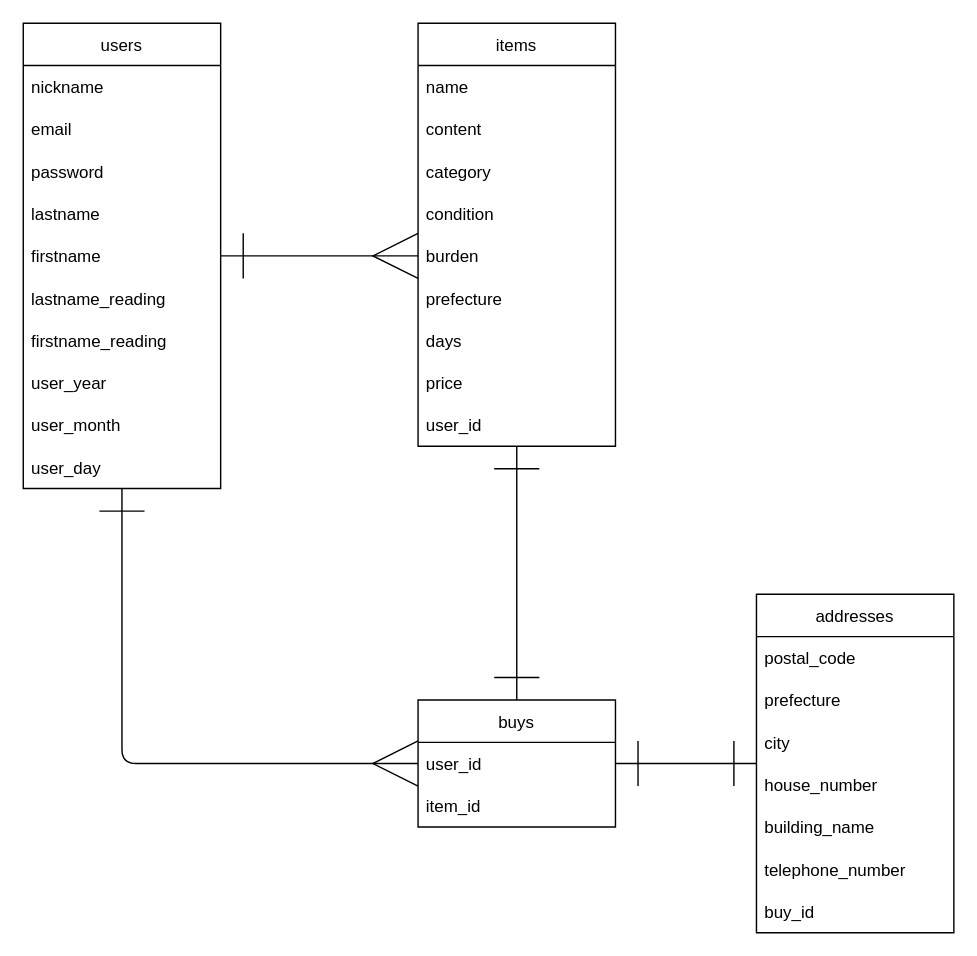
This is ER.dio from shinjimjim/furima-37570, a draw.io file, before an edit. Source tidied: cells renumbered, new cells numbered last; positions are measured from the earlier drawing's top-left corner, leaving out a move shared by most shapes. Both pictures are drawn from the tidied source at 141%, with x=0, y=0 at pixel (23, 23).
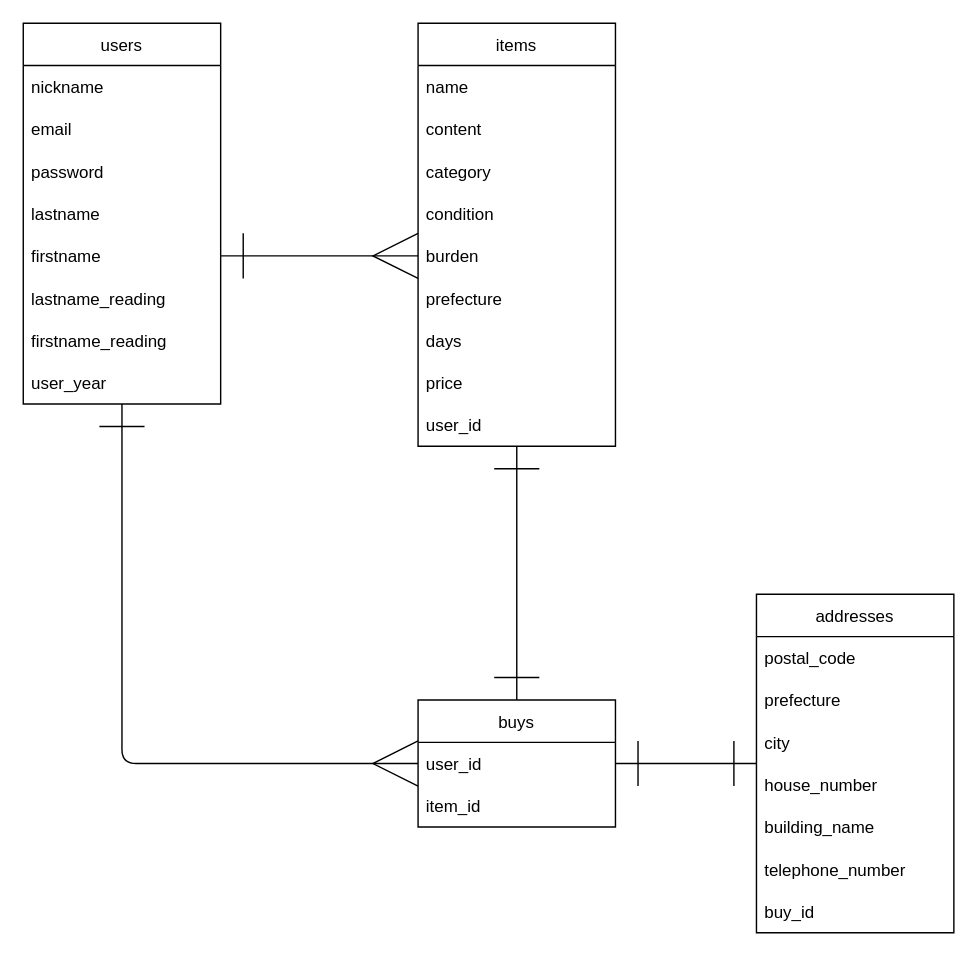
Above is the later version.

Commit message (it also covers changes not shown here):
ER図とREADMEの記述(修正2)

Diff of the diagram source:
```diff
@@
     <mxCell id="3" value="users" style="swimlane;fontStyle=0;horizontal=1;startSize=30;" parent="1" vertex="1">
-      <mxGeometry width="140" height="330" as="geometry" />
+      <mxGeometry width="140" height="270" as="geometry" />
     </mxCell>
@@
-    <mxCell id="12" value="user_month" style="text;strokeColor=none;fillColor=none;align=left;verticalAlign=middle;spacingLeft=4;spacingRight=4;overflow=hidden;" parent="3" vertex="1">
-      <mxGeometry y="270" width="140" height="30" as="geometry" />
-    </mxCell>
-    <mxCell id="13" value="user_day" style="text;strokeColor=none;fillColor=none;align=left;verticalAlign=middle;spacingLeft=4;spacingRight=4;overflow=hidden;" parent="3" vertex="1">
-      <mxGeometry y="300" width="140" height="30" as="geometry" />
-    </mxCell>
```
